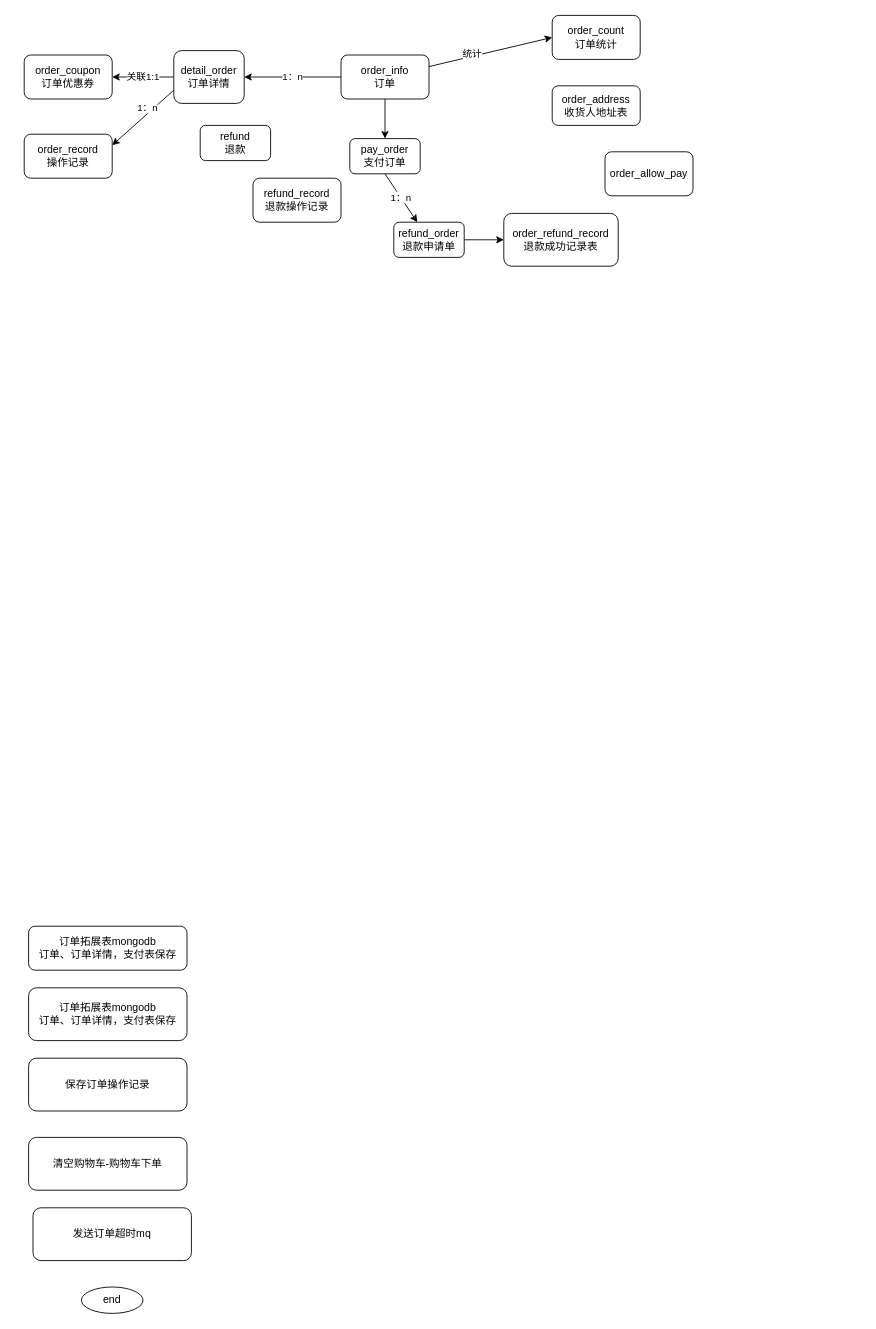
The draw.io diagram work/order-center.drawio in yoghurt326/Myprocess, before the edit. Source tidied: cells renumbered, new cells numbered last; positions are measured from the earlier drawing's top-left corner, leaving out a move shared by most shapes. Both pictures are drawn from the tidied source at 88%, with x=0, y=0 at pixel (24, 15).
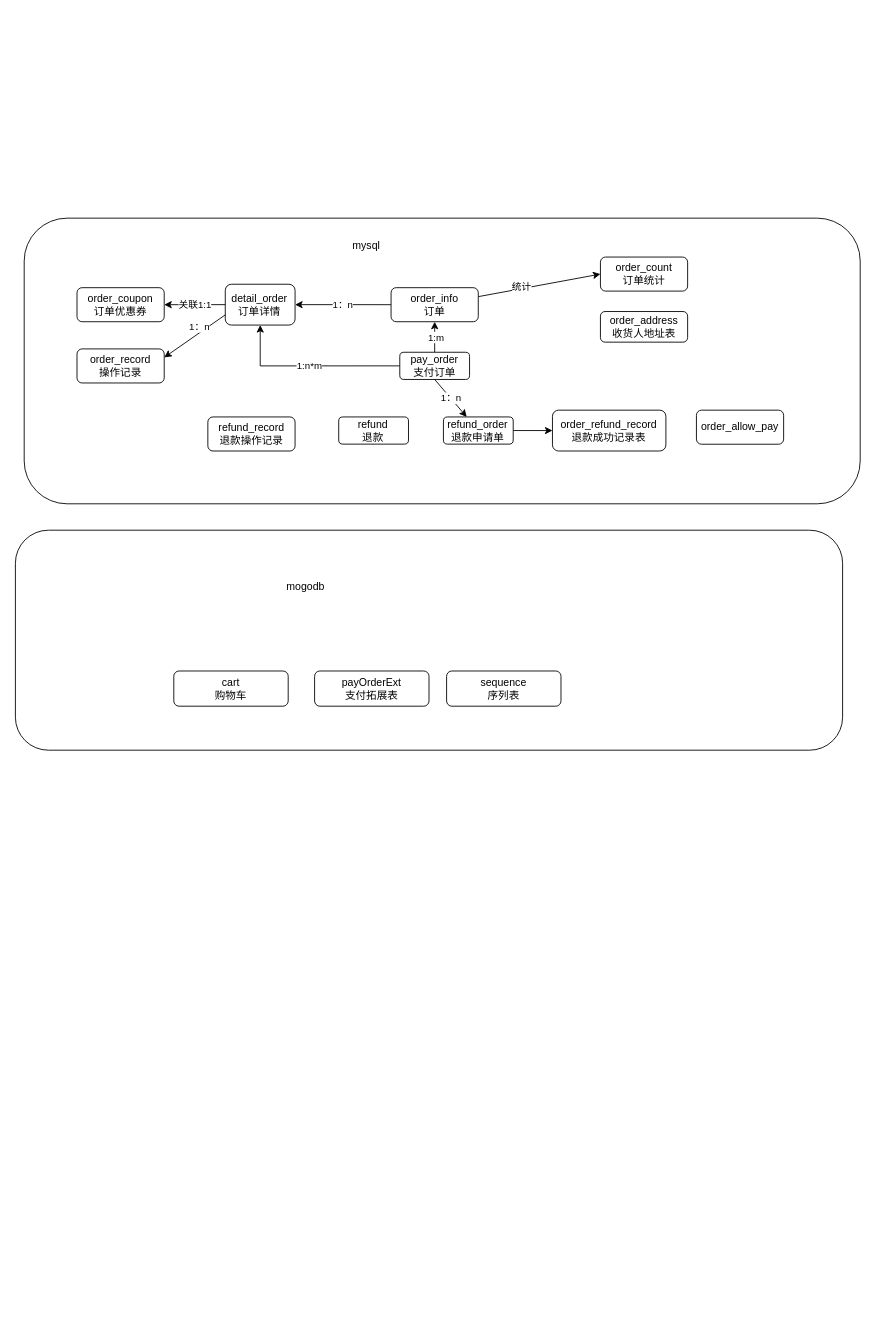
Above is the later version.

Change to the diagram source:
```diff
@@
-    <mxCell id="2" value="关联1:1" style="edgeStyle=none;rounded=0;jettySize=auto;html=1;exitX=0.5;exitY=1;exitDx=0;exitDy=0;entryX=1;entryY=0.5;entryDx=0;entryDy=0;" parent="1" edge="1" source="4" target="8">
-      <mxGeometry relative="1" as="geometry" />
-    </mxCell>
-    <mxCell id="3" value="1：n" style="edgeStyle=none;rounded=0;jettySize=auto;html=1;exitX=0.75;exitY=1;exitDx=0;exitDy=0;entryX=1;entryY=0.25;entryDx=0;entryDy=0;" parent="1" edge="1" source="4" target="14">
-      <mxGeometry x="-0.24" y="-5" relative="1" as="geometry" />
-    </mxCell>
+    <mxCell id="28" style="rounded=1;whiteSpace=wrap;html=1;" parent="1" vertex="1">
+      <mxGeometry x="-10" y="585" width="940" height="250" as="geometry" />
+    </mxCell>
+    <mxCell id="29" style="group;" parent="1" vertex="1">
+      <mxGeometry x="80" y="255" width="870" height="300" as="geometry" />
+    </mxCell>
+    <mxCell id="30" style="rounded=1;whiteSpace=wrap;html=1;" parent="29" vertex="1">
+      <mxGeometry x="-80" y="-24.6" width="950" height="324.6" as="geometry" />
+    </mxCell>
+    <mxCell id="31" style="group;" parent="29" vertex="1">
+      <mxGeometry x="-20" y="19.6" width="803" height="220.3" as="geometry" />
+    </mxCell>
-    <mxCell id="4" value="detail_order&lt;br&gt;订单详情" style="rounded=1;whiteSpace=wrap;html=1;direction=south;" parent="1" vertex="1">
-      <mxGeometry x="170" y="40" width="80" height="60" as="geometry" />
+    <mxCell id="4" value="detail_order&lt;br&gt;订单详情" style="rounded=1;whiteSpace=wrap;html=1;direction=south;" parent="31" vertex="1">
+      <mxGeometry x="168.5" y="30.9" width="79.3" height="46.4" as="geometry" />
     </mxCell>
-    <mxCell id="5" value="order_address&lt;br&gt;收货人地址表" style="rounded=1;whiteSpace=wrap;html=1;" parent="1" vertex="1">
-      <mxGeometry x="600" y="80" width="100" height="45" as="geometry" />
+    <mxCell id="5" value="order_address&lt;br&gt;收货人地址表" style="rounded=1;whiteSpace=wrap;html=1;" parent="31" vertex="1">
+      <mxGeometry x="594.8" y="61.9" width="99.1" height="34.8" as="geometry" />
     </mxCell>
-    <mxCell id="6" value="order_allow_pay" style="rounded=1;whiteSpace=wrap;html=1;" parent="1" vertex="1">
-      <mxGeometry x="660" y="155" width="100" height="50" as="geometry" />
+    <mxCell id="6" value="order_allow_pay" style="rounded=1;whiteSpace=wrap;html=1;" parent="31" vertex="1">
+      <mxGeometry x="703.9" y="174" width="99.1" height="38.7" as="geometry" />
     </mxCell>
-    <mxCell id="7" value="order_count&lt;br&gt;订单统计" style="rounded=1;whiteSpace=wrap;html=1;" parent="1" vertex="1">
-      <mxGeometry x="600" width="100" height="50" as="geometry" />
+    <mxCell id="7" value="order_count&lt;br&gt;订单统计" style="rounded=1;whiteSpace=wrap;html=1;" parent="31" vertex="1">
+      <mxGeometry x="594.8" width="99.1" height="38.7" as="geometry" />
     </mxCell>
-    <mxCell id="8" value="order_coupon&lt;br&gt;订单优惠券" style="rounded=1;whiteSpace=wrap;html=1;" parent="1" vertex="1">
-      <mxGeometry y="45" width="100" height="50" as="geometry" />
+    <mxCell id="8" value="order_coupon&lt;br&gt;订单优惠券" style="rounded=1;whiteSpace=wrap;html=1;" parent="31" vertex="1">
+      <mxGeometry y="34.8" width="99.1" height="38.7" as="geometry" />
     </mxCell>
+    <mxCell id="2" value="关联1:1" style="edgeStyle=none;rounded=0;jettySize=auto;html=1;exitX=0.5;exitY=1;exitDx=0;exitDy=0;entryX=1;entryY=0.5;entryDx=0;entryDy=0;" parent="31" edge="1" source="4" target="8">
+      <mxGeometry relative="1" as="geometry" />
+    </mxCell>
-    <mxCell id="9" style="edgeStyle=none;rounded=0;jettySize=auto;html=1;entryX=0;entryY=0.5;entryDx=0;entryDy=0;" parent="1" edge="1" source="13" target="7">
+    <mxCell id="9" style="edgeStyle=none;rounded=0;jettySize=auto;html=1;entryX=0;entryY=0.5;entryDx=0;entryDy=0;" parent="31" edge="1" source="13" target="7">
       <mxGeometry relative="1" as="geometry" />
     </mxCell>
@@
-    <mxCell id="11" value="1：n" style="edgeStyle=none;rounded=0;jettySize=auto;html=1;exitX=0;exitY=0.5;exitDx=0;exitDy=0;entryX=0.5;entryY=0;entryDx=0;entryDy=0;" parent="1" edge="1" source="13" target="4">
+    <mxCell id="11" value="1：n" style="edgeStyle=none;rounded=0;jettySize=auto;html=1;exitX=0;exitY=0.5;exitDx=0;exitDy=0;entryX=0.5;entryY=0;entryDx=0;entryDy=0;" parent="31" edge="1" source="13" target="4">
       <mxGeometry relative="1" as="geometry">
         <Array as="points">
-          <mxPoint x="310" y="70" />
+          <mxPoint x="307.3" y="54.1" />
         </Array>
       </mxGeometry>
     </mxCell>
-    <mxCell id="12" style="edgeStyle=none;rounded=0;jettySize=auto;html=1;exitX=0.5;exitY=1;exitDx=0;exitDy=0;entryX=0.5;entryY=0;entryDx=0;entryDy=0;" parent="1" edge="1" source="13" target="17">
-      <mxGeometry relative="1" as="geometry" />
-    </mxCell>
-    <mxCell id="13" value="order_info&lt;br&gt;订单" style="rounded=1;whiteSpace=wrap;html=1;" parent="1" vertex="1">
-      <mxGeometry x="360" y="45" width="100" height="50" as="geometry" />
+    <mxCell id="13" value="order_info&lt;br&gt;订单" style="rounded=1;whiteSpace=wrap;html=1;" parent="31" vertex="1">
+      <mxGeometry x="356.9" y="34.8" width="99.1" height="38.7" as="geometry" />
     </mxCell>
-    <mxCell id="14" value="order_record&lt;br&gt;操作记录" style="rounded=1;whiteSpace=wrap;html=1;" parent="1" vertex="1">
-      <mxGeometry y="135" width="100" height="50" as="geometry" />
+    <mxCell id="14" value="order_record&lt;br&gt;操作记录" style="rounded=1;whiteSpace=wrap;html=1;" parent="31" vertex="1">
+      <mxGeometry y="104.4" width="99.1" height="38.7" as="geometry" />
     </mxCell>
+    <mxCell id="3" value="1：n" style="edgeStyle=none;rounded=0;jettySize=auto;html=1;exitX=0.75;exitY=1;exitDx=0;exitDy=0;entryX=1;entryY=0.25;entryDx=0;entryDy=0;" parent="31" edge="1" source="4" target="14">
+      <mxGeometry x="-0.24" y="-5" relative="1" as="geometry" />
+    </mxCell>
-    <mxCell id="15" value="order_refund_record&lt;br&gt;退款成功记录表" style="rounded=1;whiteSpace=wrap;html=1;" parent="1" vertex="1">
-      <mxGeometry x="545" y="225" width="130" height="60" as="geometry" />
+    <mxCell id="15" value="order_refund_record&lt;br&gt;退款成功记录表" style="rounded=1;whiteSpace=wrap;html=1;" parent="31" vertex="1">
+      <mxGeometry x="540.3" y="174" width="128.9" height="46.4" as="geometry" />
     </mxCell>
-    <mxCell id="16" value="1：n" style="edgeStyle=none;rounded=0;jettySize=auto;html=1;exitX=0.5;exitY=1;exitDx=0;exitDy=0;" parent="1" edge="1" source="17" target="20">
-      <mxGeometry relative="1" as="geometry" />
-    </mxCell>
+    <mxCell id="32" style="edgeStyle=orthogonalEdgeStyle;rounded=0;jettySize=auto;html=1;exitX=0.5;exitY=0;exitDx=0;exitDy=0;entryX=0.5;entryY=1;entryDx=0;entryDy=0;" parent="31" edge="1" source="17" target="13">
+      <mxGeometry relative="1" as="geometry" />
+    </mxCell>
+    <mxCell id="33" value="1:m" style="edgeLabel;html=1;align=center;verticalAlign=middle;" parent="32" vertex="1">
+      <mxGeometry x="-0.03" y="-1" relative="1" as="geometry" />
+    </mxCell>
+    <mxCell id="34" value="1:n*m" style="edgeStyle=orthogonalEdgeStyle;rounded=0;jettySize=auto;html=1;exitX=0;exitY=0.5;exitDx=0;exitDy=0;" parent="31" edge="1" source="17" target="4">
+      <mxGeometry relative="1" as="geometry" />
+    </mxCell>
-    <mxCell id="17" value="pay_order&lt;br&gt;支付订单" style="rounded=1;whiteSpace=wrap;html=1;" parent="1" vertex="1">
-      <mxGeometry x="370" y="140" width="80" height="40" as="geometry" />
+    <mxCell id="17" value="pay_order&lt;br&gt;支付订单" style="rounded=1;whiteSpace=wrap;html=1;" parent="31" vertex="1">
+      <mxGeometry x="366.8" y="108.2" width="79.3" height="30.9" as="geometry" />
     </mxCell>
-    <mxCell id="18" value="refund&lt;br&gt;退款" style="rounded=1;whiteSpace=wrap;html=1;" parent="1" vertex="1">
-      <mxGeometry x="200" y="125" width="80" height="40" as="geometry" />
+    <mxCell id="18" value="refund&lt;br&gt;退款" style="rounded=1;whiteSpace=wrap;html=1;" parent="31" vertex="1">
+      <mxGeometry x="297.4" y="181.7" width="79.3" height="30.9" as="geometry" />
     </mxCell>
-    <mxCell id="19" style="edgeStyle=none;rounded=0;jettySize=auto;html=1;exitX=1;exitY=0.5;exitDx=0;exitDy=0;" parent="1" edge="1" source="20" target="15">
+    <mxCell id="19" style="edgeStyle=none;rounded=0;jettySize=auto;html=1;exitX=1;exitY=0.5;exitDx=0;exitDy=0;" parent="31" edge="1" source="20" target="15">
       <mxGeometry relative="1" as="geometry" />
     </mxCell>
-    <mxCell id="20" value="refund_order&lt;br&gt;退款申请单" style="rounded=1;whiteSpace=wrap;html=1;" parent="1" vertex="1">
-      <mxGeometry x="420" y="235" width="80" height="40" as="geometry" />
+    <mxCell id="20" value="refund_order&lt;br&gt;退款申请单" style="rounded=1;whiteSpace=wrap;html=1;" parent="31" vertex="1">
+      <mxGeometry x="416.4" y="181.7" width="79.3" height="30.9" as="geometry" />
     </mxCell>
+    <mxCell id="16" value="1：n" style="edgeStyle=none;rounded=0;jettySize=auto;html=1;exitX=0.5;exitY=1;exitDx=0;exitDy=0;" parent="31" edge="1" source="17" target="20">
+      <mxGeometry relative="1" as="geometry" />
+    </mxCell>
-    <mxCell id="21" value="refund_record&lt;br&gt;退款操作记录" style="rounded=1;whiteSpace=wrap;html=1;" parent="1" vertex="1">
-      <mxGeometry x="260" y="185" width="100" height="50" as="geometry" />
+    <mxCell id="21" value="refund_record&lt;br&gt;退款操作记录" style="rounded=1;whiteSpace=wrap;html=1;" parent="31" vertex="1">
+      <mxGeometry x="148.7" y="181.7" width="99.1" height="38.7" as="geometry" />
     </mxCell>
-    <mxCell id="22" value="订单拓展表mongodb&lt;br&gt;订单、订单详情，支付表保存" style="rounded=1;whiteSpace=wrap;html=1;" parent="1" vertex="1">
-      <mxGeometry x="5" y="1035" width="180" height="50" as="geometry" />
-    </mxCell>
-    <mxCell id="23" value="订单拓展表mongodb&lt;br&gt;订单、订单详情，支付表保存" style="rounded=1;whiteSpace=wrap;html=1;" parent="1" vertex="1">
-      <mxGeometry x="5" y="1105" width="180" height="60" as="geometry" />
-    </mxCell>
-    <mxCell id="24" value="保存订单操作记录" style="rounded=1;whiteSpace=wrap;html=1;" parent="1" vertex="1">
-      <mxGeometry x="5" y="1185" width="180" height="60" as="geometry" />
-    </mxCell>
-    <mxCell id="25" value="清空购物车-购物车下单" style="rounded=1;whiteSpace=wrap;html=1;" parent="1" vertex="1">
-      <mxGeometry x="5" y="1275" width="180" height="60" as="geometry" />
-    </mxCell>
-    <mxCell id="26" value="发送订单超时mq" style="rounded=1;whiteSpace=wrap;html=1;" parent="1" vertex="1">
-      <mxGeometry x="10" y="1355" width="180" height="60" as="geometry" />
-    </mxCell>
-    <mxCell id="27" value="end" style="ellipse;whiteSpace=wrap;html=1;" parent="1" vertex="1">
-      <mxGeometry x="65" y="1445" width="70" height="30" as="geometry" />
-    </mxCell>
+    <mxCell id="35" value="mysql" style="text;html=1;strokeColor=none;fillColor=none;align=center;verticalAlign=middle;whiteSpace=wrap;rounded=0;" parent="29" vertex="1">
+      <mxGeometry x="280.3" width="58" height="14.7" as="geometry" />
+    </mxCell>
+    <mxCell id="36" value="cart&lt;br&gt;购物车" style="rounded=1;whiteSpace=wrap;html=1;" parent="1" vertex="1">
+      <mxGeometry x="170" y="745" width="130" height="40" as="geometry" />
+    </mxCell>
+    <mxCell id="37" value="payOrderExt&lt;br&gt;支付拓展表" style="rounded=1;whiteSpace=wrap;html=1;" parent="1" vertex="1">
+      <mxGeometry x="330" y="745" width="130" height="40" as="geometry" />
+    </mxCell>
+    <mxCell id="38" value="sequence&lt;br&gt;序列表" style="rounded=1;whiteSpace=wrap;html=1;" parent="1" vertex="1">
+      <mxGeometry x="480" y="745" width="130" height="40" as="geometry" />
+    </mxCell>
+    <mxCell id="39" value="mogodb" style="text;html=1;strokeColor=none;fillColor=none;align=center;verticalAlign=middle;whiteSpace=wrap;rounded=0;" parent="1" vertex="1">
+      <mxGeometry x="290" y="635" width="60" height="30" as="geometry" />
+    </mxCell>
```
